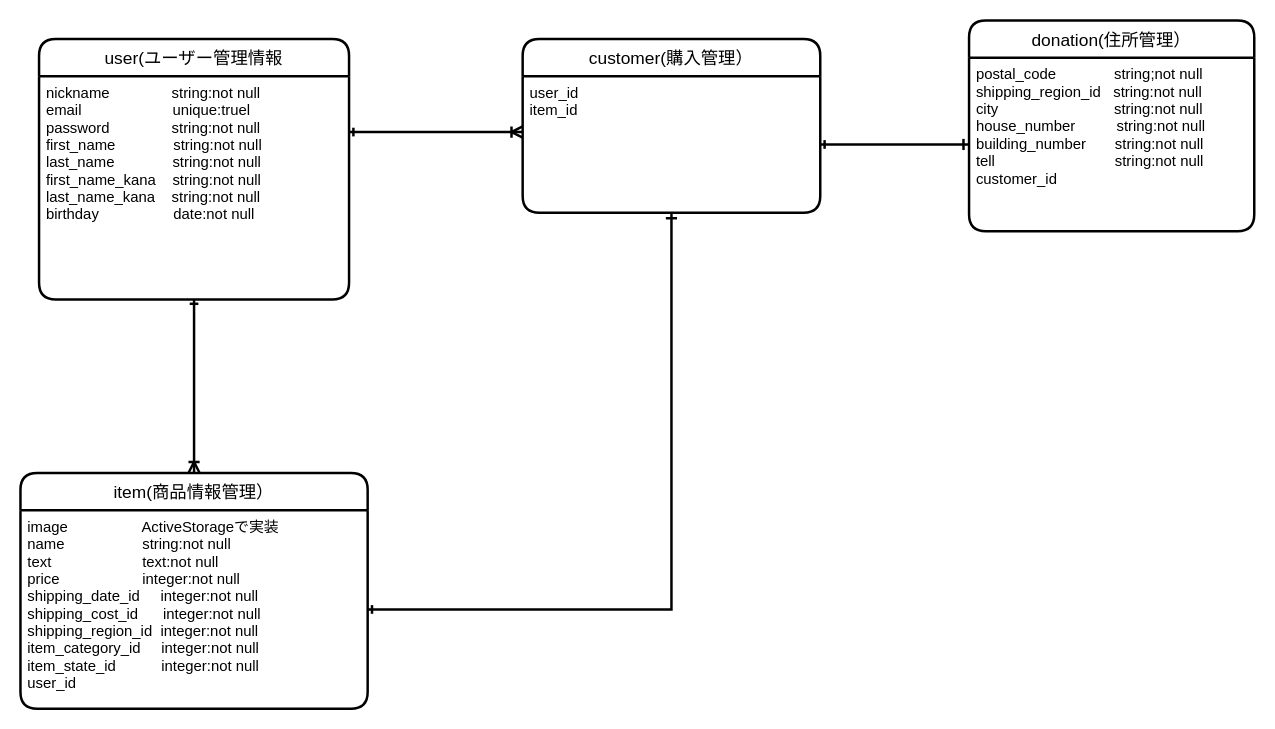
Before: app/views/orders/furima.dio in yuuffff1212/furima-32631, a draw.io diagram. Source tidied: cells renumbered, new cells numbered last; positions are measured from the earlier drawing's top-left corner, leaving out a move shared by most shapes. Both pictures are drawn from the tidied source at 124%, with x=0, y=0 at pixel (20, 20).
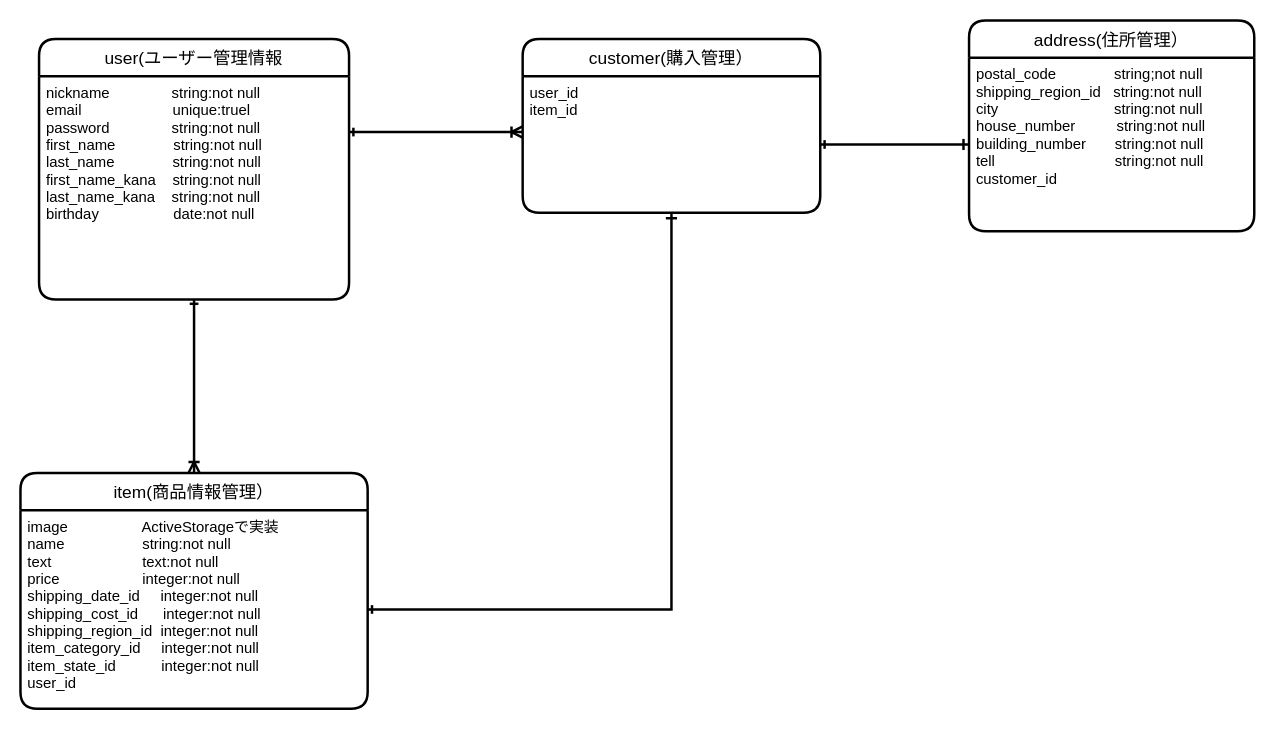
The same page after the edit.

Commit message (it also covers changes not shown here):
テーブル名をaddressesに変更

Change to the diagram source:
```diff
@@
 <mxGraphModel>
   <root>
     <mxCell id="0" />
     <mxCell id="1" parent="0" />
     <mxCell id="2" value="user(ユーザー管理情報" style="swimlane;horizontal=1;startSize=30;rounded=1;fontSize=14;fontStyle=0;strokeWidth=2;shadow=0;dashed=0;align=center;" parent="1" vertex="1">
       <mxGeometry x="15" y="15" width="250" height="210" as="geometry" />
     </mxCell>
     <mxCell id="3" value="nickname               string:not null&#10;email                      unique:truel         &#10;password               string:not null&#10;first_name              string:not null&#10;last_name              string:not null&#10;first_name_kana    string:not null&#10;last_name_kana    string:not null&#10;birthday                  date:not null" style="align=left;strokeColor=none;fillColor=none;spacingLeft=4;fontSize=12;verticalAlign=top;" parent="2" vertex="1">
       <mxGeometry y="30" width="250" height="180" as="geometry" />
     </mxCell>
     <mxCell id="4" value="customer(購入管理）" style="swimlane;horizontal=1;startSize=30;rounded=1;fontSize=14;fontStyle=0;strokeWidth=2;shadow=0;dashed=0;align=center;" parent="1" vertex="1">
       <mxGeometry x="405" y="15" width="240" height="140" as="geometry" />
     </mxCell>
     <mxCell id="5" value="user_id                  &#10;item_id" style="align=left;strokeColor=none;fillColor=none;spacingLeft=4;fontSize=12;verticalAlign=top;" parent="4" vertex="1">
       <mxGeometry y="30" width="240" height="110" as="geometry" />
     </mxCell>
     <mxCell id="6" style="edgeStyle=orthogonalEdgeStyle;rounded=0;jettySize=auto;html=1;exitX=1;exitY=0.25;exitDx=0;exitDy=0;startArrow=ERone;startFill=0;startSize=4;sourcePerimeterSpacing=0;endArrow=ERoneToMany;endFill=0;targetPerimeterSpacing=0;strokeWidth=2;" parent="1" edge="1" source="3">
       <mxGeometry relative="1" as="geometry">
         <mxPoint x="405" y="90" as="targetPoint" />
       </mxGeometry>
     </mxCell>
-    <mxCell id="7" value="donation(住所管理）" style="swimlane;horizontal=1;startSize=30;rounded=1;fontSize=14;fontStyle=0;strokeWidth=2;shadow=0;dashed=0;align=center;" parent="1" vertex="1">
+    <mxCell id="7" value="address(住所管理）" style="swimlane;horizontal=1;startSize=30;rounded=1;fontSize=14;fontStyle=0;strokeWidth=2;shadow=0;dashed=0;align=center;" parent="1" vertex="1">
       <mxGeometry x="765" width="230" height="170" as="geometry" />
     </mxCell>
     <mxCell id="8" value="postal_code              string;not null&#10;shipping_region_id   string:not null&#10;city                            string:not null&#10;house_number          string:not null&#10;building_number       string:not null&#10;tell                             string:not null&#10;customer_id" style="align=left;strokeColor=none;fillColor=none;spacingLeft=4;fontSize=12;verticalAlign=top;" parent="7" vertex="1">
       <mxGeometry y="30" width="230" height="140" as="geometry" />
     </mxCell>
     <mxCell id="9" value="item(商品情報管理）" style="swimlane;horizontal=1;startSize=30;rounded=1;fontSize=14;fontStyle=0;strokeWidth=2;shadow=0;dashed=0;align=center;" parent="1" vertex="1">
       <mxGeometry y="365" width="280" height="190" as="geometry" />
     </mxCell>
     <mxCell id="10" value="image                  ActiveStorageで実装&#10;name　　　        string:not null&#10;text                      text:not null&#10;price                    integer:not null&#10;shipping_date_id     integer:not null&#10;shipping_cost_id      integer:not null&#10;shipping_region_id  integer:not null&#10;item_category_id     integer:not null&#10;item_state_id           integer:not null&#10;user_id&#10;" style="align=left;strokeColor=none;fillColor=none;spacingLeft=4;fontSize=12;verticalAlign=top;" parent="9" vertex="1">
       <mxGeometry y="30" width="280" height="160" as="geometry" />
     </mxCell>
     <mxCell id="11" style="edgeStyle=orthogonalEdgeStyle;rounded=0;jettySize=auto;html=1;exitX=0.5;exitY=1;exitDx=0;exitDy=0;entryX=0.5;entryY=0;entryDx=0;entryDy=0;startArrow=ERone;startFill=0;startSize=4;sourcePerimeterSpacing=0;endArrow=ERoneToMany;endFill=0;targetPerimeterSpacing=0;strokeWidth=2;" parent="1" edge="1" source="3" target="9">
       <mxGeometry relative="1" as="geometry">
         <Array as="points">
           <mxPoint x="140" y="355" />
         </Array>
       </mxGeometry>
     </mxCell>
     <mxCell id="12" style="edgeStyle=orthogonalEdgeStyle;rounded=0;jettySize=auto;html=1;entryX=0;entryY=0.5;entryDx=0;entryDy=0;startArrow=ERone;startFill=0;startSize=4;sourcePerimeterSpacing=0;endArrow=ERone;endFill=0;targetPerimeterSpacing=0;strokeWidth=2;" parent="1" edge="1" source="5" target="8">
       <mxGeometry relative="1" as="geometry" />
     </mxCell>
     <mxCell id="13" style="edgeStyle=orthogonalEdgeStyle;rounded=0;jettySize=auto;html=1;entryX=0.5;entryY=1;entryDx=0;entryDy=0;startArrow=ERone;startFill=0;startSize=4;sourcePerimeterSpacing=0;endArrow=ERone;endFill=0;targetPerimeterSpacing=0;strokeWidth=2;" parent="1" edge="1" source="10" target="5">
       <mxGeometry relative="1" as="geometry" />
     </mxCell>
   </root>
 </mxGraphModel>
```
